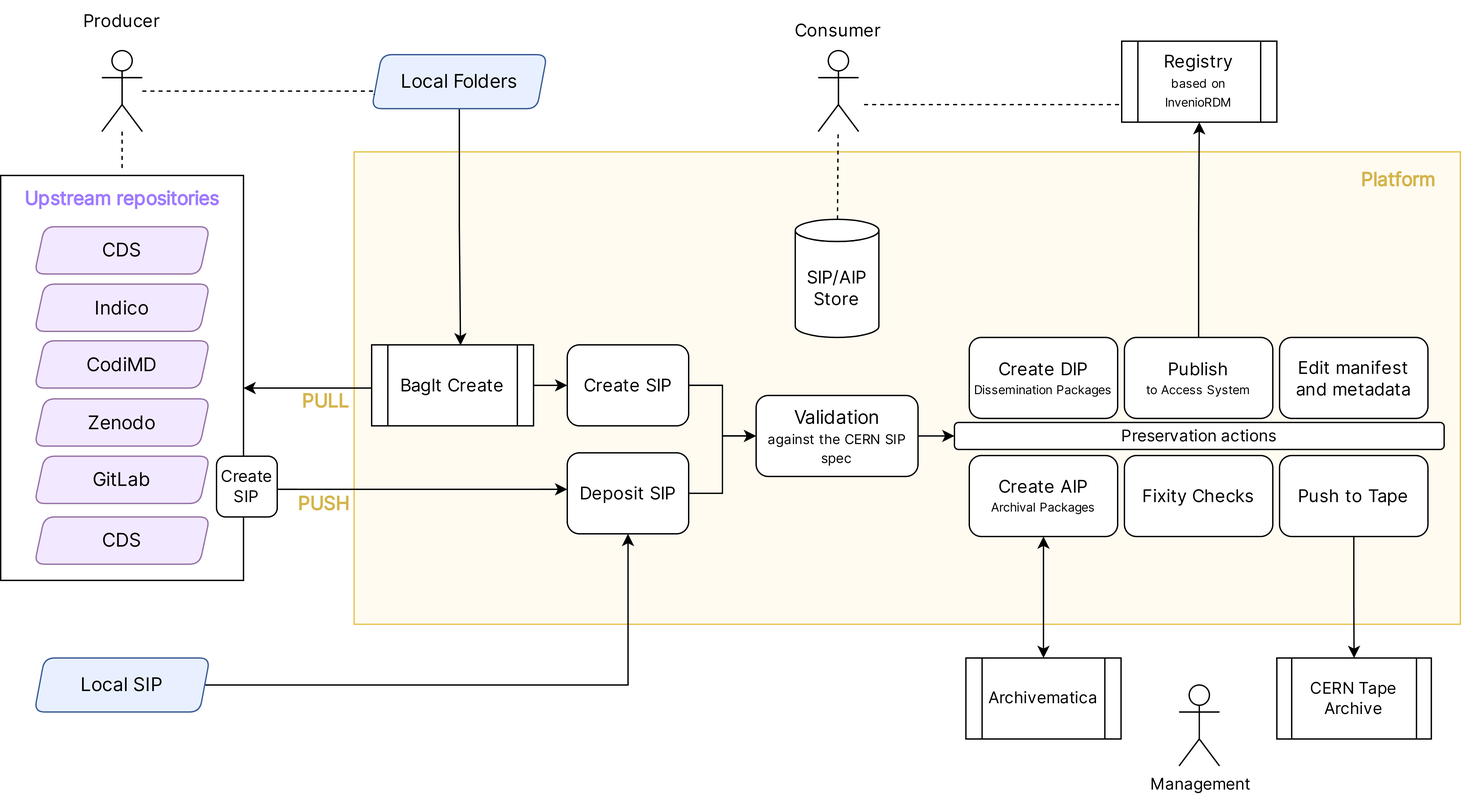
Before: imgs/platform2.drawio.png, a diagram exported from draw.io (avivace/pv2023). Source tidied: cells renumbered, new cells last; positions are measured from the earlier drawing's top-left corner, leaving out a move shared by most shapes.
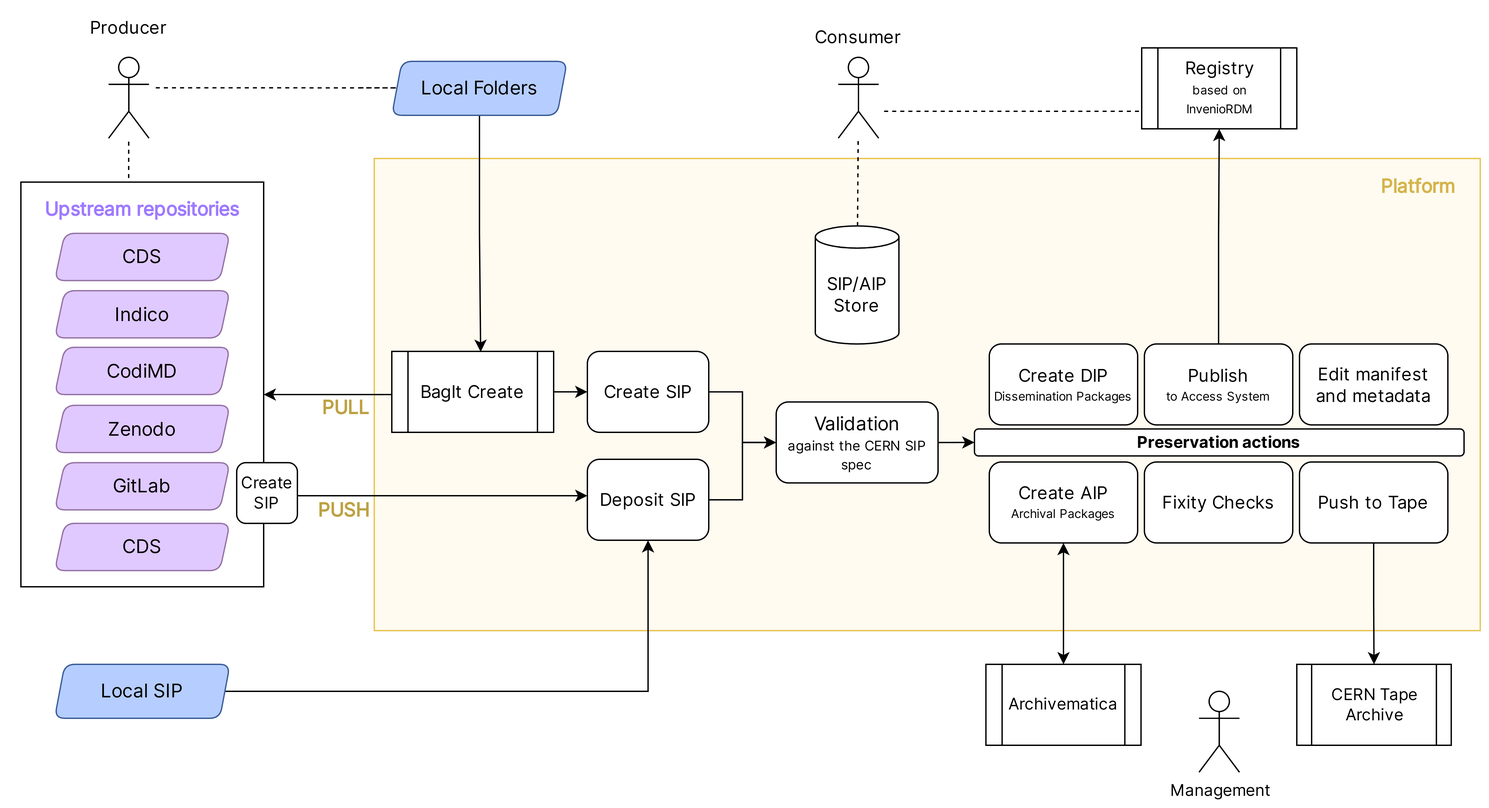
After the commit.

What changed in the source:
```diff
@@ -2,7 +2,7 @@
   <root>
     <mxCell id="0" />
     <mxCell id="1" parent="0" />
-    <mxCell id="2" style="rounded=0;whiteSpace=wrap;html=1;fillColor=#FFFBF0;strokeColor=#E7C452;fillStyle=solid;" parent="1" vertex="1">
+    <mxCell id="2" style="rounded=0;whiteSpace=wrap;html=1;fillColor=#FFFBF0;strokeColor=#E7C452;" parent="1" vertex="1">
       <mxGeometry x="262" y="112" width="820" height="350" as="geometry" />
     </mxCell>
     <mxCell id="3" style="edgeStyle=orthogonalEdgeStyle;rounded=0;jettySize=auto;html=1;entryX=0;entryY=0.5;entryDx=0;entryDy=0;fontFamily=Inter;fontSource=https%3A%2F%2Ffonts.googleapis.com%2Fcss%3Ffamily%3DInter;fontSize=12;fontStyle=0;startArrow=classic;startFill=1;endArrow=none;endFill=0;" parent="1" edge="1" source="4" target="24">
@@ -40,11 +40,11 @@
     <mxCell id="12" value="CERN Tape Archive" style="shape=process;whiteSpace=wrap;html=1;backgroundOutline=1;fontFamily=Inter;fontSource=https%3A%2F%2Ffonts.googleapis.com%2Fcss%3Ffamily%3DInter;fontSize=12;fontStyle=0;" parent="1" vertex="1">
       <mxGeometry x="946" y="487" width="114.5" height="60" as="geometry" />
     </mxCell>
-    <mxCell id="13" value="CDS" style="shape=parallelogram;html=1;strokeWidth=1;perimeter=parallelogramPerimeter;whiteSpace=wrap;rounded=1;arcSize=15;size=0.057692307692307696;fontFamily=Inter;fontSource=https%3A%2F%2Ffonts.googleapis.com%2Fcss%3Ffamily%3DInter;fillColor=#F2E8FF;strokeColor=#9673a6;fontSize=14;fontStyle=0;gradientColor=none;" parent="1" vertex="1">
+    <mxCell id="13" value="CDS" style="shape=parallelogram;html=1;strokeWidth=1;perimeter=parallelogramPerimeter;whiteSpace=wrap;rounded=1;arcSize=15;size=0.057692307692307696;fontFamily=Inter;fontSource=https%3A%2F%2Ffonts.googleapis.com%2Fcss%3Ffamily%3DInter;fillColor=#DFC9FF;strokeColor=#9673a6;fontSize=14;fontStyle=0;" parent="1" vertex="1">
       <mxGeometry x="25" y="167.5" width="130" height="35" as="geometry" />
     </mxCell>
     <mxCell id="14" value="&lt;font color=&quot;#9e7aff&quot; style=&quot;font-size: 14px;&quot;&gt;&lt;span style=&quot;font-size: 14px;&quot;&gt;Upstream repositories&lt;/span&gt;&lt;/font&gt;" style="text;html=1;strokeColor=none;fillColor=none;align=center;verticalAlign=middle;whiteSpace=wrap;rounded=0;fontFamily=Inter;fontSource=https%3A%2F%2Ffonts.googleapis.com%2Fcss%3Ffamily%3DInter;fontSize=14;fontStyle=1;" parent="1" vertex="1">
-      <mxGeometry x="5" y="131.5" width="170" height="30.5" as="geometry" />
+      <mxGeometry x="-10" y="129.5" width="200" height="40" as="geometry" />
     </mxCell>
     <mxCell id="15" style="edgeStyle=orthogonalEdgeStyle;rounded=0;jettySize=auto;html=1;endArrow=classic;endFill=1;startArrow=classic;startFill=1;" parent="1" edge="1" source="16" target="11">
       <mxGeometry relative="1" as="geometry" />
@@ -61,7 +61,7 @@
     <mxCell id="19" style="edgeStyle=orthogonalEdgeStyle;rounded=0;jettySize=auto;html=1;entryX=0.549;entryY=0.006;entryDx=0;entryDy=0;entryPerimeter=0;" parent="1" edge="1" source="20" target="24">
       <mxGeometry relative="1" as="geometry" />
     </mxCell>
-    <mxCell id="20" value="Local Folders" style="shape=parallelogram;html=1;strokeWidth=1;perimeter=parallelogramPerimeter;whiteSpace=wrap;rounded=1;arcSize=15;size=0.057692307692307696;fontFamily=Inter;fontSource=https%3A%2F%2Ffonts.googleapis.com%2Fcss%3Ffamily%3DInter;fillColor=#E8F0FF;strokeColor=#3B5D98;fontSize=14;fontStyle=0;" parent="1" vertex="1">
+    <mxCell id="20" value="Local Folders" style="shape=parallelogram;html=1;strokeWidth=1;perimeter=parallelogramPerimeter;whiteSpace=wrap;rounded=1;arcSize=15;size=0.057692307692307696;fontFamily=Inter;fontSource=https%3A%2F%2Ffonts.googleapis.com%2Fcss%3Ffamily%3DInter;fillColor=#B5CEFF;strokeColor=#3B5D98;fontSize=14;fontStyle=0;" parent="1" vertex="1">
       <mxGeometry x="275" y="40" width="130" height="40" as="geometry" />
     </mxCell>
     <mxCell id="21" style="edgeStyle=orthogonalEdgeStyle;rounded=0;jettySize=auto;html=1;fontFamily=Inter;fontSource=https%3A%2F%2Ffonts.googleapis.com%2Fcss%3Ffamily%3DInter;fontSize=12;fontColor=#FF8000;endArrow=classic;endFill=1;" parent="1" edge="1" target="8">
@@ -95,24 +95,24 @@
     <mxCell id="28" value="Platform" style="text;strokeColor=none;fillColor=none;align=center;verticalAlign=middle;rounded=0;fontFamily=Inter;fontSource=https%3A%2F%2Ffonts.googleapis.com%2Fcss%3Ffamily%3DInter;fontSize=14;fontStyle=1;fontColor=#D4B44B;" parent="1" vertex="1">
       <mxGeometry x="990" y="112" width="92" height="40" as="geometry" />
     </mxCell>
-    <mxCell id="29" style="edgeStyle=orthogonalEdgeStyle;rounded=0;jettySize=auto;html=1;endArrow=none;endFill=0;dashed=1;" parent="1" edge="1" source="31">
-      <mxGeometry relative="1" as="geometry">
-        <mxPoint x="90" y="127" as="targetPoint" />
-        <Array as="points">
-          <mxPoint x="90" y="127" />
-        </Array>
-      </mxGeometry>
-    </mxCell>
-    <mxCell id="30" style="edgeStyle=orthogonalEdgeStyle;rounded=0;jettySize=auto;html=1;entryX=0;entryY=0.75;entryDx=0;entryDy=0;dashed=1;endArrow=none;endFill=0;" parent="1" edge="1" source="31" target="20">
-      <mxGeometry relative="1" as="geometry">
-        <Array as="points">
-          <mxPoint x="277" y="67" />
-        </Array>
-      </mxGeometry>
-    </mxCell>
+    <mxCell id="52" style="edgeStyle=orthogonalEdgeStyle;rounded=0;orthogonalLoop=1;jettySize=auto;html=1;endArrow=none;endFill=0;dashed=1;" parent="1" edge="1">
+      <mxGeometry relative="1" as="geometry">
+        <mxPoint x="100" y="59.6" as="sourcePoint" />
+        <mxPoint x="250" y="59.6" as="targetPoint" />
+        <Array as="points">
+          <mxPoint x="279" y="59.6" />
+        </Array>
+      </mxGeometry>
+    </mxCell>
     <mxCell id="31" style="shape=umlActor;verticalLabelPosition=bottom;verticalAlign=top;html=1;outlineConnect=0;" parent="1" vertex="1">
-      <mxGeometry x="75" y="37" width="30" height="60" as="geometry" />
+      <mxGeometry x="65" y="37" width="30" height="60" as="geometry" />
     </mxCell>
+    <mxCell id="53" style="endArrow=none;dashed=1;html=1;rounded=0;" parent="1" edge="1">
+      <mxGeometry relative="1" as="geometry">
+        <mxPoint x="79.9" y="99.5" as="sourcePoint" />
+        <mxPoint x="79.9" y="129.5" as="targetPoint" />
+      </mxGeometry>
+    </mxCell>
     <mxCell id="32" style="rounded=0;jettySize=auto;html=1;fontFamily=Inter;fontSource=https%3A%2F%2Ffonts.googleapis.com%2Fcss%3Ffamily%3DInter;fontSize=13;fontColor=#FF8000;startArrow=none;startFill=0;endArrow=none;endFill=0;dashed=1;" parent="1" edge="1" source="33" target="36">
       <mxGeometry relative="1" as="geometry" />
     </mxCell>
@@ -145,37 +145,37 @@
     <mxCell id="40" value="&lt;font style=&quot;&quot;&gt;&lt;span style=&quot;font-size: 13px;&quot;&gt;Publish&lt;/span&gt;&lt;br&gt;&lt;/font&gt;&lt;font style=&quot;font-size: 9px;&quot;&gt;to Access System&lt;/font&gt;" style="rounded=1;whiteSpace=wrap;html=1;fontFamily=Inter;fontSource=https%3A%2F%2Ffonts.googleapis.com%2Fcss%3Ffamily%3DInter;fontSize=12;fontStyle=0;" parent="1" vertex="1">
       <mxGeometry x="833" y="249.5" width="110" height="60" as="geometry" />
     </mxCell>
-    <mxCell id="41" value="Preservation actions" style="rounded=1;whiteSpace=wrap;html=1;" parent="1" vertex="1">
+    <mxCell id="41" value="&lt;b&gt;Preservation actions&lt;/b&gt;" style="rounded=1;whiteSpace=wrap;html=1;" parent="1" vertex="1">
       <mxGeometry x="707" y="312.5" width="363" height="20" as="geometry" />
     </mxCell>
-    <mxCell id="42" value="Indico" style="shape=parallelogram;html=1;strokeWidth=1;perimeter=parallelogramPerimeter;whiteSpace=wrap;rounded=1;arcSize=15;size=0.057692307692307696;fontFamily=Inter;fontSource=https%3A%2F%2Ffonts.googleapis.com%2Fcss%3Ffamily%3DInter;fillColor=#F2E8FF;strokeColor=#9673a6;fontSize=14;fontStyle=0;" parent="1" vertex="1">
+    <mxCell id="42" value="Indico" style="shape=parallelogram;html=1;strokeWidth=1;perimeter=parallelogramPerimeter;whiteSpace=wrap;rounded=1;arcSize=15;size=0.057692307692307696;fontFamily=Inter;fontSource=https%3A%2F%2Ffonts.googleapis.com%2Fcss%3Ffamily%3DInter;fillColor=#DFC9FF;strokeColor=#9673a6;fontSize=14;fontStyle=0;" parent="1" vertex="1">
       <mxGeometry x="25" y="210" width="130" height="35" as="geometry" />
     </mxCell>
-    <mxCell id="43" value="CodiMD" style="shape=parallelogram;html=1;strokeWidth=1;perimeter=parallelogramPerimeter;whiteSpace=wrap;rounded=1;arcSize=15;size=0.057692307692307696;fontFamily=Inter;fontSource=https%3A%2F%2Ffonts.googleapis.com%2Fcss%3Ffamily%3DInter;fillColor=#F2E8FF;strokeColor=#9673a6;fontSize=14;fontStyle=0;labelBackgroundColor=none;" parent="1" vertex="1">
+    <mxCell id="43" value="CodiMD" style="shape=parallelogram;html=1;strokeWidth=1;perimeter=parallelogramPerimeter;whiteSpace=wrap;rounded=1;arcSize=15;size=0.057692307692307696;fontFamily=Inter;fontSource=https%3A%2F%2Ffonts.googleapis.com%2Fcss%3Ffamily%3DInter;fillColor=#DFC9FF;strokeColor=#9673a6;fontSize=14;fontStyle=0;labelBackgroundColor=none;" parent="1" vertex="1">
       <mxGeometry x="25" y="252" width="130" height="35" as="geometry" />
     </mxCell>
-    <mxCell id="44" value="Zenodo" style="shape=parallelogram;html=1;strokeWidth=1;perimeter=parallelogramPerimeter;whiteSpace=wrap;rounded=1;arcSize=15;size=0.057692307692307696;fontFamily=Inter;fontSource=https%3A%2F%2Ffonts.googleapis.com%2Fcss%3Ffamily%3DInter;fillColor=#F2E8FF;strokeColor=#9673a6;fontSize=14;fontStyle=0;" parent="1" vertex="1">
+    <mxCell id="44" value="Zenodo" style="shape=parallelogram;html=1;strokeWidth=1;perimeter=parallelogramPerimeter;whiteSpace=wrap;rounded=1;arcSize=15;size=0.057692307692307696;fontFamily=Inter;fontSource=https%3A%2F%2Ffonts.googleapis.com%2Fcss%3Ffamily%3DInter;fillColor=#DFC9FF;strokeColor=#9673a6;fontSize=14;fontStyle=0;" parent="1" vertex="1">
       <mxGeometry x="25" y="295" width="130" height="35" as="geometry" />
     </mxCell>
-    <mxCell id="45" value="GitLab" style="shape=parallelogram;html=1;strokeWidth=1;perimeter=parallelogramPerimeter;whiteSpace=wrap;rounded=1;arcSize=15;size=0.057692307692307696;fontFamily=Inter;fontSource=https%3A%2F%2Ffonts.googleapis.com%2Fcss%3Ffamily%3DInter;fillColor=#F2E8FF;strokeColor=#9673a6;fontSize=14;fontStyle=0;" parent="1" vertex="1">
+    <mxCell id="45" value="GitLab" style="shape=parallelogram;html=1;strokeWidth=1;perimeter=parallelogramPerimeter;whiteSpace=wrap;rounded=1;arcSize=15;size=0.057692307692307696;fontFamily=Inter;fontSource=https%3A%2F%2Ffonts.googleapis.com%2Fcss%3Ffamily%3DInter;fillColor=#DFC9FF;strokeColor=#9673a6;fontSize=14;fontStyle=0;" parent="1" vertex="1">
       <mxGeometry x="25" y="337.5" width="130" height="35" as="geometry" />
     </mxCell>
-    <mxCell id="46" value="CDS" style="shape=parallelogram;html=1;strokeWidth=1;perimeter=parallelogramPerimeter;whiteSpace=wrap;rounded=1;arcSize=15;size=0.057692307692307696;fontFamily=Inter;fontSource=https%3A%2F%2Ffonts.googleapis.com%2Fcss%3Ffamily%3DInter;fillColor=#F2E8FF;strokeColor=#9673a6;fontSize=14;fontStyle=0;" parent="1" vertex="1">
+    <mxCell id="46" value="CDS" style="shape=parallelogram;html=1;strokeWidth=1;perimeter=parallelogramPerimeter;whiteSpace=wrap;rounded=1;arcSize=15;size=0.057692307692307696;fontFamily=Inter;fontSource=https%3A%2F%2Ffonts.googleapis.com%2Fcss%3Ffamily%3DInter;fillColor=#DFC9FF;strokeColor=#9673a6;fontSize=14;fontStyle=0;" parent="1" vertex="1">
       <mxGeometry x="25" y="382.5" width="130" height="35" as="geometry" />
     </mxCell>
     <mxCell id="47" value="Producer" style="text;html=1;strokeColor=none;fillColor=none;align=center;verticalAlign=middle;whiteSpace=wrap;rounded=0;fontSize=13;fontFamily=Inter;fontColor=#000000;" parent="1" vertex="1">
-      <mxGeometry x="60" width="60" height="30" as="geometry" />
+      <mxGeometry x="50" width="60" height="30" as="geometry" />
     </mxCell>
     <mxCell id="48" value="Consumer" style="text;html=1;strokeColor=none;fillColor=none;align=center;verticalAlign=middle;whiteSpace=wrap;rounded=0;fontSize=13;fontFamily=Inter;fontColor=#000000;" parent="1" vertex="1">
       <mxGeometry x="591" y="7" width="60" height="30" as="geometry" />
     </mxCell>
-    <mxCell id="49" value="&lt;font color=&quot;#d4b44b&quot; style=&quot;font-size: 14px;&quot; face=&quot;Inter&quot;&gt;&lt;b style=&quot;&quot;&gt;PULL&lt;/b&gt;&lt;/font&gt;" style="text;html=1;strokeColor=none;fillColor=none;align=center;verticalAlign=middle;whiteSpace=wrap;rounded=0;fontSize=13;fontFamily=Times New Roman;fontColor=#000000;" parent="1" vertex="1">
+    <mxCell id="49" value="&lt;font color=&quot;#bda143&quot; style=&quot;font-size: 14px;&quot; face=&quot;Inter&quot;&gt;&lt;b style=&quot;&quot;&gt;PULL&lt;/b&gt;&lt;/font&gt;" style="text;html=1;strokeColor=none;fillColor=none;align=center;verticalAlign=middle;whiteSpace=wrap;rounded=0;fontSize=13;fontFamily=Times New Roman;fontColor=#000000;" parent="1" vertex="1">
       <mxGeometry x="220" y="287" width="42" height="20" as="geometry" />
     </mxCell>
-    <mxCell id="50" value="&lt;font color=&quot;#d4b44b&quot; style=&quot;font-size: 14px;&quot; face=&quot;Inter&quot;&gt;&lt;b style=&quot;&quot;&gt;PUSH&lt;/b&gt;&lt;/font&gt;" style="text;html=1;strokeColor=none;fillColor=none;align=center;verticalAlign=middle;whiteSpace=wrap;rounded=0;fontSize=13;fontFamily=Times New Roman;fontColor=#000000;" parent="1" vertex="1">
+    <mxCell id="50" value="&lt;font color=&quot;#bda143&quot; style=&quot;font-size: 14px;&quot; face=&quot;Inter&quot;&gt;&lt;b style=&quot;&quot;&gt;PUSH&lt;/b&gt;&lt;/font&gt;" style="text;html=1;strokeColor=none;fillColor=none;align=center;verticalAlign=middle;whiteSpace=wrap;rounded=0;fontSize=13;fontFamily=Times New Roman;fontColor=#000000;" parent="1" vertex="1">
       <mxGeometry x="217" y="362.5" width="45" height="20" as="geometry" />
     </mxCell>
-    <mxCell id="51" value="Local SIP" style="shape=parallelogram;html=1;strokeWidth=1;perimeter=parallelogramPerimeter;whiteSpace=wrap;rounded=1;arcSize=15;size=0.057692307692307696;fontFamily=Inter;fontSource=https%3A%2F%2Ffonts.googleapis.com%2Fcss%3Ffamily%3DInter;fillColor=#E8F0FF;strokeColor=#3B5D98;fontSize=14;fontStyle=0;" parent="1" vertex="1">
+    <mxCell id="51" value="Local SIP" style="shape=parallelogram;html=1;strokeWidth=1;perimeter=parallelogramPerimeter;whiteSpace=wrap;rounded=1;arcSize=15;size=0.057692307692307696;fontFamily=Inter;fontSource=https%3A%2F%2Ffonts.googleapis.com%2Fcss%3Ffamily%3DInter;fillColor=#B5CEFF;strokeColor=#3B5D98;fontSize=14;fontStyle=0;" parent="1" vertex="1">
       <mxGeometry x="25" y="487" width="130" height="40" as="geometry" />
     </mxCell>
   </root>
```
